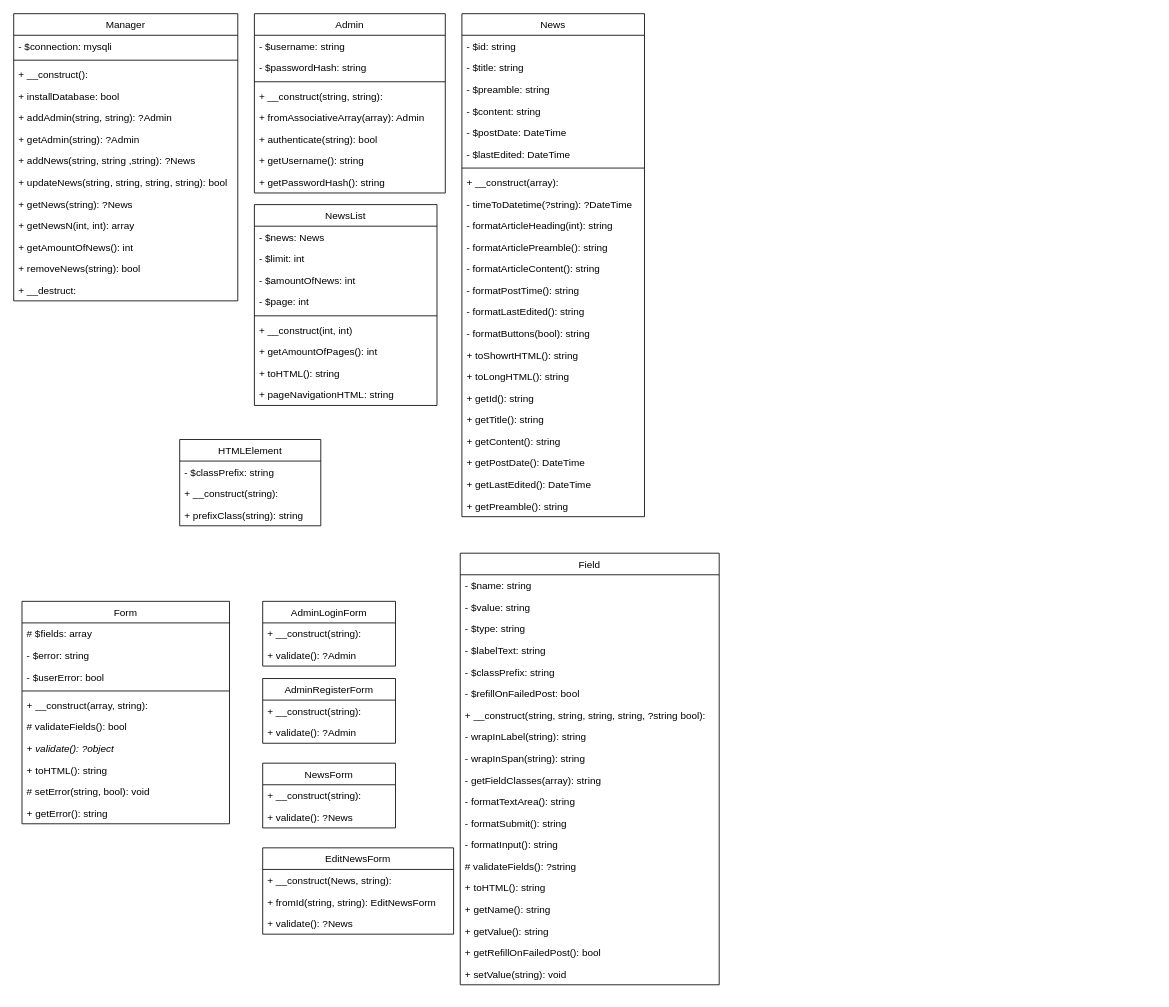
Earlier version of the draw.io diagram webbutveckling/Webbutveckling2/Moment/Moment3/UML.drawio (EliasEriksson/miun). Source tidied: cells renumbered, new cells numbered last; positions are measured from the earlier drawing's top-left corner, leaving out a move shared by most shapes. Both pictures are drawn from the tidied source at 83%, with x=0, y=0 at pixel (13, 13).
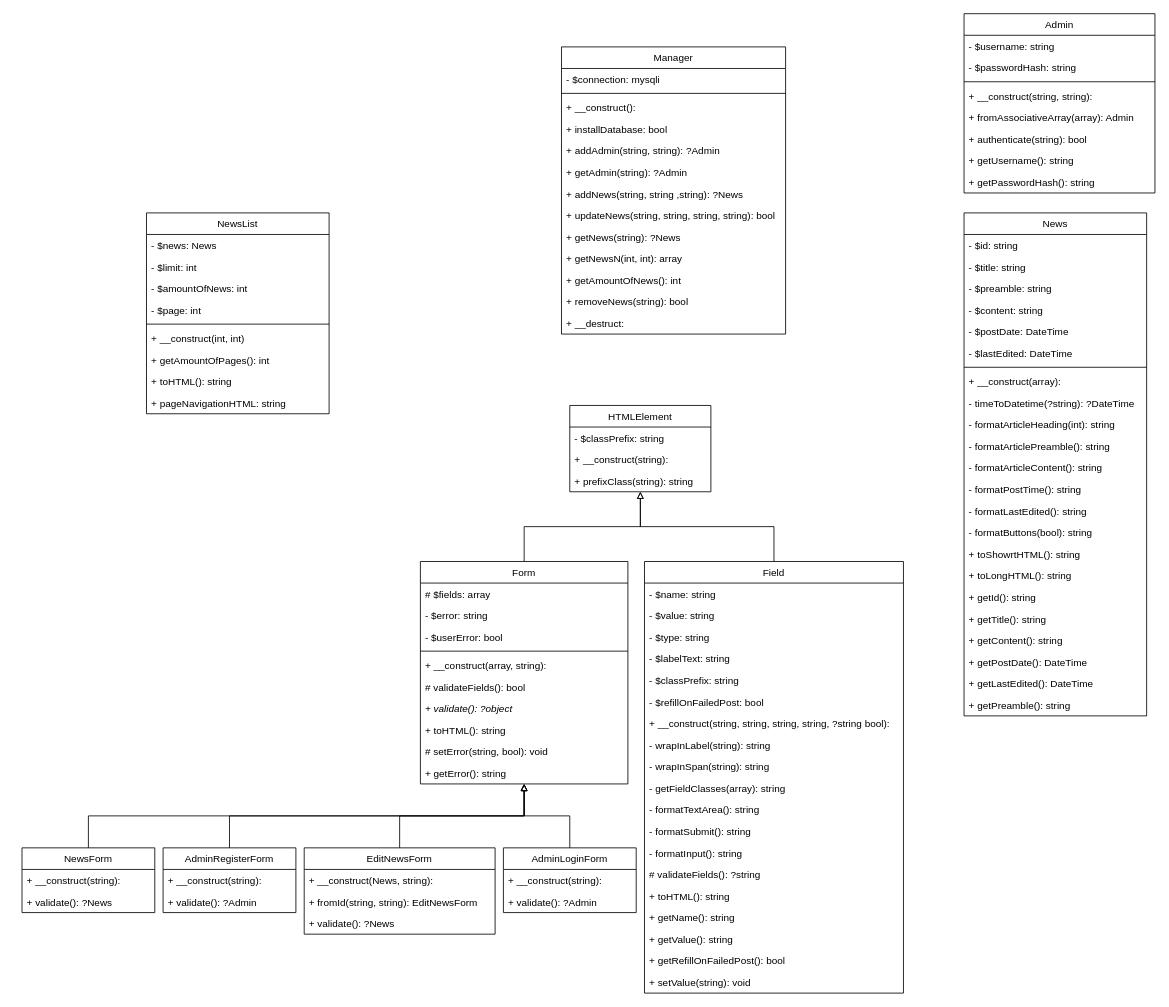
The same diagram, later.

Change to the diagram source:
```diff
@@
     <mxCell id="2" value="Manager" style="swimlane;fontStyle=0;horizontal=1;startSize=26;fillColor=none;" parent="1" vertex="1">
-      <mxGeometry width="270" height="346" as="geometry" />
+      <mxGeometry x="660" y="40" width="270" height="346" as="geometry" />
     </mxCell>
@@
     <mxCell id="16" value="Admin" style="swimlane;fontStyle=0;horizontal=1;startSize=26;fillColor=none;" parent="1" vertex="1">
-      <mxGeometry x="290" width="230" height="216" as="geometry" />
+      <mxGeometry x="1145" width="230" height="216" as="geometry" />
     </mxCell>
@@
     <mxCell id="25" value="NewsList" style="swimlane;fontStyle=0;horizontal=1;startSize=26;fillColor=none;" parent="1" vertex="1">
-      <mxGeometry x="290" y="230" width="220" height="242" as="geometry" />
+      <mxGeometry x="160" y="240" width="220" height="242" as="geometry" />
     </mxCell>
@@
     <mxCell id="35" value="News" style="swimlane;fontStyle=0;horizontal=1;startSize=26;fillColor=none;" parent="1" vertex="1">
-      <mxGeometry x="540" width="220" height="606" as="geometry" />
+      <mxGeometry x="1145" y="240" width="220" height="606" as="geometry" />
     </mxCell>
@@
+    <mxCell id="107" style="edgeStyle=orthogonalEdgeStyle;rounded=0;jettySize=auto;html=1;startArrow=none;startFill=0;endArrow=block;endFill=0;" parent="1" edge="1" source="59" target="83">
+      <mxGeometry relative="1" as="geometry" />
+    </mxCell>
     <mxCell id="59" value="Form" style="swimlane;fontStyle=0;horizontal=1;startSize=26;fillColor=none;" parent="1" vertex="1">
-      <mxGeometry x="10" y="708" width="250" height="268" as="geometry" />
+      <mxGeometry x="490" y="660" width="250" height="268" as="geometry" />
     </mxCell>
@@
+    <mxCell id="108" style="edgeStyle=orthogonalEdgeStyle;rounded=0;jettySize=auto;html=1;startFill=0;endArrow=block;endFill=0;" parent="1" edge="1" source="70" target="59">
+      <mxGeometry relative="1" as="geometry" />
+    </mxCell>
     <mxCell id="70" value="AdminLoginForm" style="swimlane;fontStyle=0;horizontal=1;startSize=26;fillColor=none;" parent="1" vertex="1">
-      <mxGeometry x="300" y="708" width="160" height="78" as="geometry" />
+      <mxGeometry x="590" y="1005" width="160" height="78" as="geometry" />
     </mxCell>
@@
+    <mxCell id="109" style="edgeStyle=orthogonalEdgeStyle;rounded=0;jettySize=auto;html=1;startFill=0;endArrow=block;endFill=0;exitX=0.5;exitY=0;exitDx=0;exitDy=0;" parent="1" edge="1" source="73" target="59">
+      <mxGeometry relative="1" as="geometry" />
+    </mxCell>
     <mxCell id="73" value="AdminRegisterForm" style="swimlane;fontStyle=0;horizontal=1;startSize=26;fillColor=none;" parent="1" vertex="1">
-      <mxGeometry x="300" y="801" width="160" height="78" as="geometry" />
+      <mxGeometry x="180" y="1005" width="160" height="78" as="geometry" />
     </mxCell>
@@
+    <mxCell id="110" style="edgeStyle=orthogonalEdgeStyle;rounded=0;jettySize=auto;html=1;startFill=0;endArrow=block;endFill=0;exitX=0.5;exitY=0;exitDx=0;exitDy=0;" parent="1" edge="1" source="76" target="59">
+      <mxGeometry relative="1" as="geometry" />
+    </mxCell>
     <mxCell id="76" value="NewsForm" style="swimlane;fontStyle=0;horizontal=1;startSize=26;fillColor=none;" parent="1" vertex="1">
-      <mxGeometry x="300" y="903" width="160" height="78" as="geometry" />
+      <mxGeometry x="10" y="1005" width="160" height="78" as="geometry" />
     </mxCell>
@@
+    <mxCell id="111" style="edgeStyle=orthogonalEdgeStyle;rounded=0;jettySize=auto;html=1;startFill=0;endArrow=block;endFill=0;" parent="1" edge="1" source="79" target="59">
+      <mxGeometry relative="1" as="geometry" />
+    </mxCell>
     <mxCell id="79" value="EditNewsForm" style="swimlane;fontStyle=0;horizontal=1;startSize=26;fillColor=none;" parent="1" vertex="1">
-      <mxGeometry x="300" y="1005" width="230" height="104" as="geometry" />
+      <mxGeometry x="350" y="1005" width="230" height="104" as="geometry" />
     </mxCell>
@@
     <mxCell id="83" value="HTMLElement" style="swimlane;fontStyle=0;horizontal=1;startSize=26;fillColor=none;" parent="1" vertex="1">
-      <mxGeometry x="200" y="513" width="170" height="104" as="geometry" />
+      <mxGeometry x="670" y="472" width="170" height="104" as="geometry" />
     </mxCell>
@@
+    <mxCell id="112" style="edgeStyle=orthogonalEdgeStyle;rounded=0;jettySize=auto;html=1;startFill=0;endArrow=block;endFill=0;" parent="1" edge="1" source="87" target="83">
+      <mxGeometry relative="1" as="geometry" />
+    </mxCell>
     <mxCell id="87" value="Field" style="swimlane;fontStyle=0;horizontal=1;startSize=26;fillColor=none;" parent="1" vertex="1">
-      <mxGeometry x="538" y="650" width="312" height="520" as="geometry" />
+      <mxGeometry x="760" y="660" width="312" height="520" as="geometry" />
     </mxCell>
```
